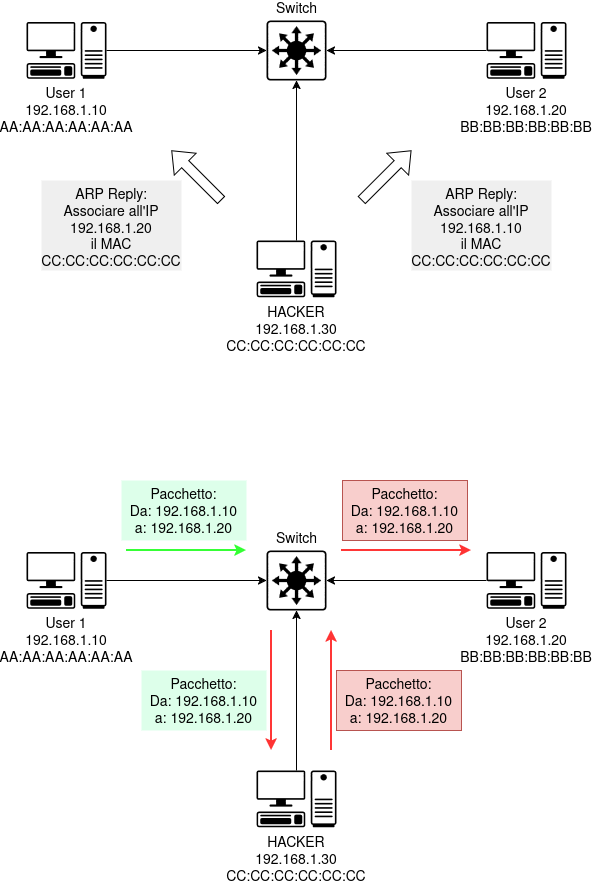
Before: Images/ARP Cache Poisoning.drawio.png, a diagram exported from draw.io (melo222/DAI-Open-Source). Source tidied: cells renumbered, new cells last; positions are measured from the earlier drawing's top-left corner, leaving out a move shared by most shapes. The source it was exported from:
```xml
<mxGraphModel>
  <root>
    <mxCell id="0" />
    <mxCell id="1" parent="0" />
    <mxCell id="2" value="User 1&#10;192.168.1.10&#10;AA:AA:AA:AA:AA:AA" style="shape=mxgraph.networks2.icon;fillColor=none;strokeColor=#000000;gradientColor=light-dark(#000000, #979c9e);network2IconShadow=1;network2bgFillColor=none;labelPosition=center;verticalLabelPosition=bottom;align=center;verticalAlign=top;network2Icon=mxgraph.networks2.pc;network2IconYOffset=-0.0593;network2IconW=0.9999;network2IconH=0.7096;fontSize=14;" parent="1" vertex="1">
      <mxGeometry y="1.6" width="80" height="56.8" as="geometry" />
    </mxCell>
    <mxCell id="3" value="User 2&#10;192.168.1.20&#10;BB:BB:BB:BB:BB:BB" style="shape=mxgraph.networks2.icon;fillColor=none;strokeColor=#000000;gradientColor=light-dark(#000000, #979c9e);network2IconShadow=1;network2bgFillColor=none;labelPosition=center;verticalLabelPosition=bottom;align=center;verticalAlign=top;network2Icon=mxgraph.networks2.pc;network2IconYOffset=-0.0593;network2IconW=0.9999;network2IconH=0.7096;fontSize=14;fontStyle=0;" parent="1" vertex="1">
      <mxGeometry x="460" y="1.6" width="80" height="56.8" as="geometry" />
    </mxCell>
    <mxCell id="4" value="HACKER&#10;192.168.1.30&#10;CC:CC:CC:CC:CC:CC" style="shape=mxgraph.networks2.icon;fillColor=none;strokeColor=#000000;gradientColor=light-dark(#000000, #979c9e);network2IconShadow=1;network2bgFillColor=none;labelPosition=center;verticalLabelPosition=bottom;align=center;verticalAlign=top;network2Icon=mxgraph.networks2.pc;network2IconYOffset=-0.0593;network2IconW=0.9999;network2IconH=0.7096;fontSize=14;" parent="1" vertex="1">
      <mxGeometry x="230" y="220" width="80" height="56.8" as="geometry" />
    </mxCell>
    <mxCell id="5" value="&lt;font&gt;Switch&lt;/font&gt;" style="sketch=0;points=[[0.015,0.015,0],[0.985,0.015,0],[0.985,0.985,0],[0.015,0.985,0],[0.25,0,0],[0.5,0,0],[0.75,0,0],[1,0.25,0],[1,0.5,0],[1,0.75,0],[0.75,1,0],[0.5,1,0],[0.25,1,0],[0,0.75,0],[0,0.5,0],[0,0.25,0]];verticalLabelPosition=top;html=1;verticalAlign=bottom;align=center;shape=mxgraph.cisco19.rect;prIcon=l3_switch;fillColor=none;strokeColor=light-dark(#000000, #7cc1df);labelPosition=center;fontSize=14;" parent="1" vertex="1">
      <mxGeometry x="240" width="60" height="60" as="geometry" />
    </mxCell>
    <mxCell id="6" style="edgeStyle=orthogonalEdgeStyle;rounded=0;jettySize=auto;html=1;entryX=0;entryY=0.5;entryDx=0;entryDy=0;entryPerimeter=0;" parent="1" edge="1" source="2" target="5">
      <mxGeometry relative="1" as="geometry" />
    </mxCell>
    <mxCell id="7" style="edgeStyle=orthogonalEdgeStyle;rounded=0;jettySize=auto;html=1;entryX=1;entryY=0.5;entryDx=0;entryDy=0;entryPerimeter=0;" parent="1" edge="1" source="3" target="5">
      <mxGeometry relative="1" as="geometry" />
    </mxCell>
    <mxCell id="8" style="edgeStyle=orthogonalEdgeStyle;rounded=0;jettySize=auto;html=1;entryX=0.5;entryY=1;entryDx=0;entryDy=0;entryPerimeter=0;" parent="1" edge="1" source="4" target="5">
      <mxGeometry relative="1" as="geometry" />
    </mxCell>
    <mxCell id="9" value="User 1&#10;192.168.1.10&#10;AA:AA:AA:AA:AA:AA" style="shape=mxgraph.networks2.icon;fillColor=none;strokeColor=#000000;gradientColor=light-dark(#000000, #979c9e);network2IconShadow=1;network2bgFillColor=none;labelPosition=center;verticalLabelPosition=bottom;align=center;verticalAlign=top;network2Icon=mxgraph.networks2.pc;network2IconYOffset=-0.0593;network2IconW=0.9999;network2IconH=0.7096;fontSize=14;" parent="1" vertex="1">
      <mxGeometry y="531.6" width="80" height="56.8" as="geometry" />
    </mxCell>
    <mxCell id="10" value="User 2&#10;192.168.1.20&#10;BB:BB:BB:BB:BB:BB" style="shape=mxgraph.networks2.icon;fillColor=none;strokeColor=#000000;gradientColor=light-dark(#000000, #979c9e);network2IconShadow=1;network2bgFillColor=none;labelPosition=center;verticalLabelPosition=bottom;align=center;verticalAlign=top;network2Icon=mxgraph.networks2.pc;network2IconYOffset=-0.0593;network2IconW=0.9999;network2IconH=0.7096;fontSize=14;fontStyle=0;" parent="1" vertex="1">
      <mxGeometry x="460" y="531.6" width="80" height="56.8" as="geometry" />
    </mxCell>
    <mxCell id="11" value="HACKER&#10;192.168.1.30&#10;CC:CC:CC:CC:CC:CC" style="shape=mxgraph.networks2.icon;fillColor=none;strokeColor=#000000;gradientColor=light-dark(#000000, #979c9e);network2IconShadow=1;network2bgFillColor=none;labelPosition=center;verticalLabelPosition=bottom;align=center;verticalAlign=top;network2Icon=mxgraph.networks2.pc;network2IconYOffset=-0.0593;network2IconW=0.9999;network2IconH=0.7096;fontSize=14;" parent="1" vertex="1">
      <mxGeometry x="230" y="750" width="80" height="56.8" as="geometry" />
    </mxCell>
    <mxCell id="12" value="&lt;font&gt;Switch&lt;/font&gt;" style="sketch=0;points=[[0.015,0.015,0],[0.985,0.015,0],[0.985,0.985,0],[0.015,0.985,0],[0.25,0,0],[0.5,0,0],[0.75,0,0],[1,0.25,0],[1,0.5,0],[1,0.75,0],[0.75,1,0],[0.5,1,0],[0.25,1,0],[0,0.75,0],[0,0.5,0],[0,0.25,0]];verticalLabelPosition=top;html=1;verticalAlign=bottom;align=center;shape=mxgraph.cisco19.rect;prIcon=l3_switch;fillColor=none;strokeColor=light-dark(#000000, #7cc1df);labelPosition=center;fontSize=14;" parent="1" vertex="1">
      <mxGeometry x="240" y="530" width="60" height="60" as="geometry" />
    </mxCell>
    <mxCell id="13" style="edgeStyle=orthogonalEdgeStyle;rounded=0;jettySize=auto;html=1;entryX=0;entryY=0.5;entryDx=0;entryDy=0;entryPerimeter=0;" parent="1" edge="1" source="9" target="12">
      <mxGeometry relative="1" as="geometry" />
    </mxCell>
    <mxCell id="14" style="edgeStyle=orthogonalEdgeStyle;rounded=0;jettySize=auto;html=1;entryX=1;entryY=0.5;entryDx=0;entryDy=0;entryPerimeter=0;" parent="1" edge="1" source="10" target="12">
      <mxGeometry relative="1" as="geometry" />
    </mxCell>
    <mxCell id="15" style="edgeStyle=orthogonalEdgeStyle;rounded=0;jettySize=auto;html=1;entryX=0.5;entryY=1;entryDx=0;entryDy=0;entryPerimeter=0;" parent="1" edge="1" source="11" target="12">
      <mxGeometry relative="1" as="geometry" />
    </mxCell>
    <mxCell id="16" style="shape=flexArrow;endArrow=classic;html=1;rounded=0;" parent="1" edge="1">
      <mxGeometry relative="1" as="geometry">
        <mxPoint x="335" y="180" as="sourcePoint" />
        <mxPoint x="385" y="130" as="targetPoint" />
      </mxGeometry>
    </mxCell>
    <mxCell id="17" value="&lt;div&gt;ARP Reply:&lt;br&gt;Associare all'IP&lt;br&gt;192.168.1.10&lt;/div&gt;&lt;div&gt;il MAC&lt;/div&gt;&lt;div&gt;CC:CC:CC:CC:CC:CC&lt;/div&gt;&lt;div&gt;&lt;br&gt;&lt;/div&gt;" style="text;html=1;whiteSpace=wrap;strokeColor=none;fillColor=#EFEFEF;align=center;verticalAlign=top;rounded=0;fontSize=14;" parent="1" vertex="1">
      <mxGeometry x="385" y="160" width="140" height="90" as="geometry" />
    </mxCell>
    <mxCell id="18" style="shape=flexArrow;endArrow=classic;html=1;rounded=0;" parent="1" edge="1">
      <mxGeometry relative="1" as="geometry">
        <mxPoint x="195" y="180" as="sourcePoint" />
        <mxPoint x="145" y="130" as="targetPoint" />
      </mxGeometry>
    </mxCell>
    <mxCell id="19" value="&lt;div&gt;ARP Reply:&lt;br&gt;Associare all'IP&lt;br&gt;192.168.1.20&lt;/div&gt;&lt;div&gt;il MAC&lt;/div&gt;&lt;div&gt;CC:CC:CC:CC:CC:CC&lt;/div&gt;&lt;div&gt;&lt;br&gt;&lt;/div&gt;" style="text;html=1;whiteSpace=wrap;strokeColor=none;fillColor=#EFEFEF;align=center;verticalAlign=top;rounded=0;fontSize=14;" parent="1" vertex="1">
      <mxGeometry x="15" y="160" width="140" height="90" as="geometry" />
    </mxCell>
    <mxCell id="20" value="&lt;div&gt;Pacchetto:&lt;br&gt;Da: 192.168.1.10&lt;/div&gt;&lt;div&gt;a:&amp;nbsp;192.168.1.20&lt;/div&gt;&lt;div&gt;&lt;br&gt;&lt;/div&gt;&lt;div&gt;&lt;br&gt;&lt;/div&gt;" style="text;html=1;whiteSpace=wrap;strokeColor=none;fillColor=#DDFFEA;align=center;verticalAlign=top;rounded=0;fontSize=14;" parent="1" vertex="1">
      <mxGeometry x="95" y="460" width="125" height="60" as="geometry" />
    </mxCell>
    <mxCell id="21" style="edgeStyle=orthogonalEdgeStyle;rounded=0;orthogonalLoop=1;jettySize=auto;html=1;entryX=0;entryY=0.5;entryDx=0;entryDy=0;entryPerimeter=0;strokeColor=#33FF33;strokeWidth=1.9685;" parent="1" edge="1">
      <mxGeometry relative="1" as="geometry">
        <mxPoint x="100" y="530" as="sourcePoint" />
        <mxPoint x="220" y="530" as="targetPoint" />
      </mxGeometry>
    </mxCell>
    <mxCell id="22" style="edgeStyle=orthogonalEdgeStyle;rounded=0;orthogonalLoop=1;jettySize=auto;html=1;strokeColor=#FF3333;strokeWidth=1.9685;" parent="1" edge="1">
      <mxGeometry relative="1" as="geometry">
        <mxPoint x="245" y="610" as="sourcePoint" />
        <mxPoint x="245" y="730" as="targetPoint" />
      </mxGeometry>
    </mxCell>
    <mxCell id="23" value="&lt;div&gt;Pacchetto:&lt;br&gt;Da: 192.168.1.10&lt;/div&gt;&lt;div&gt;a:&amp;nbsp;192.168.1.20&lt;/div&gt;&lt;div&gt;&lt;br&gt;&lt;/div&gt;&lt;div&gt;&lt;br&gt;&lt;/div&gt;" style="text;html=1;whiteSpace=wrap;strokeColor=none;fillColor=#DDFFEA;align=center;verticalAlign=top;rounded=0;fontSize=14;" parent="1" vertex="1">
      <mxGeometry x="115" y="650" width="125" height="60" as="geometry" />
    </mxCell>
    <mxCell id="24" style="edgeStyle=orthogonalEdgeStyle;rounded=0;orthogonalLoop=1;jettySize=auto;html=1;strokeColor=#FF3333;strokeWidth=1.9685;" parent="1" edge="1">
      <mxGeometry relative="1" as="geometry">
        <mxPoint x="305" y="730" as="sourcePoint" />
        <mxPoint x="305" y="610" as="targetPoint" />
      </mxGeometry>
    </mxCell>
    <mxCell id="25" value="&lt;div&gt;Pacchetto:&lt;br&gt;Da: 192.168.1.10&lt;/div&gt;&lt;div&gt;a:&amp;nbsp;192.168.1.20&lt;/div&gt;&lt;div&gt;&lt;br&gt;&lt;/div&gt;&lt;div&gt;&lt;br&gt;&lt;/div&gt;" style="text;html=1;whiteSpace=wrap;strokeColor=#b85450;fillColor=#f8cecc;align=center;verticalAlign=top;rounded=0;fontSize=14;" parent="1" vertex="1">
      <mxGeometry x="316" y="460" width="125" height="60" as="geometry" />
    </mxCell>
    <mxCell id="26" style="edgeStyle=orthogonalEdgeStyle;rounded=0;orthogonalLoop=1;jettySize=auto;html=1;strokeColor=#FF3333;strokeWidth=1.9685;" parent="1" edge="1">
      <mxGeometry relative="1" as="geometry">
        <mxPoint x="315" y="530" as="sourcePoint" />
        <mxPoint x="445" y="530" as="targetPoint" />
      </mxGeometry>
    </mxCell>
    <mxCell id="27" value="&lt;div&gt;Pacchetto:&lt;br&gt;Da: 192.168.1.10&lt;/div&gt;&lt;div&gt;a:&amp;nbsp;192.168.1.20&lt;/div&gt;&lt;div&gt;&lt;br&gt;&lt;/div&gt;&lt;div&gt;&lt;br&gt;&lt;/div&gt;" style="text;html=1;whiteSpace=wrap;strokeColor=#b85450;fillColor=#f8cecc;align=center;verticalAlign=top;rounded=0;fontSize=14;" parent="1" vertex="1">
      <mxGeometry x="310" y="650" width="125" height="60" as="geometry" />
    </mxCell>
  </root>
</mxGraphModel>
```
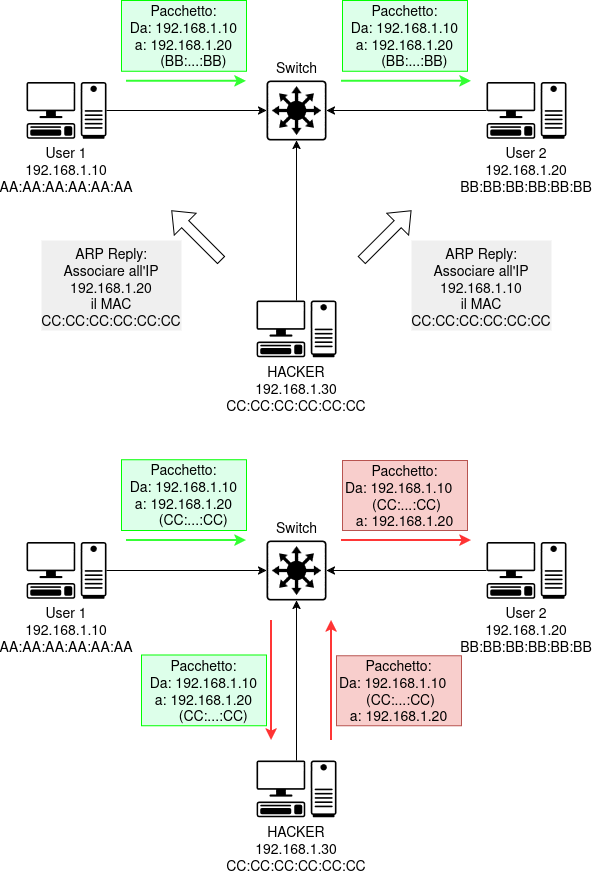
After the commit.

Diff of the diagram source:
```diff
@@ -24,16 +24,16 @@
       <mxGeometry relative="1" as="geometry" />
     </mxCell>
     <mxCell id="9" value="User 1&#10;192.168.1.10&#10;AA:AA:AA:AA:AA:AA" style="shape=mxgraph.networks2.icon;fillColor=none;strokeColor=#000000;gradientColor=light-dark(#000000, #979c9e);network2IconShadow=1;network2bgFillColor=none;labelPosition=center;verticalLabelPosition=bottom;align=center;verticalAlign=top;network2Icon=mxgraph.networks2.pc;network2IconYOffset=-0.0593;network2IconW=0.9999;network2IconH=0.7096;fontSize=14;" parent="1" vertex="1">
-      <mxGeometry y="531.6" width="80" height="56.8" as="geometry" />
+      <mxGeometry y="461.6" width="80" height="56.8" as="geometry" />
     </mxCell>
     <mxCell id="10" value="User 2&#10;192.168.1.20&#10;BB:BB:BB:BB:BB:BB" style="shape=mxgraph.networks2.icon;fillColor=none;strokeColor=#000000;gradientColor=light-dark(#000000, #979c9e);network2IconShadow=1;network2bgFillColor=none;labelPosition=center;verticalLabelPosition=bottom;align=center;verticalAlign=top;network2Icon=mxgraph.networks2.pc;network2IconYOffset=-0.0593;network2IconW=0.9999;network2IconH=0.7096;fontSize=14;fontStyle=0;" parent="1" vertex="1">
-      <mxGeometry x="460" y="531.6" width="80" height="56.8" as="geometry" />
+      <mxGeometry x="460" y="461.6" width="80" height="56.8" as="geometry" />
     </mxCell>
     <mxCell id="11" value="HACKER&#10;192.168.1.30&#10;CC:CC:CC:CC:CC:CC" style="shape=mxgraph.networks2.icon;fillColor=none;strokeColor=#000000;gradientColor=light-dark(#000000, #979c9e);network2IconShadow=1;network2bgFillColor=none;labelPosition=center;verticalLabelPosition=bottom;align=center;verticalAlign=top;network2Icon=mxgraph.networks2.pc;network2IconYOffset=-0.0593;network2IconW=0.9999;network2IconH=0.7096;fontSize=14;" parent="1" vertex="1">
-      <mxGeometry x="230" y="750" width="80" height="56.8" as="geometry" />
+      <mxGeometry x="230" y="680" width="80" height="56.8" as="geometry" />
     </mxCell>
     <mxCell id="12" value="&lt;font&gt;Switch&lt;/font&gt;" style="sketch=0;points=[[0.015,0.015,0],[0.985,0.015,0],[0.985,0.985,0],[0.015,0.985,0],[0.25,0,0],[0.5,0,0],[0.75,0,0],[1,0.25,0],[1,0.5,0],[1,0.75,0],[0.75,1,0],[0.5,1,0],[0.25,1,0],[0,0.75,0],[0,0.5,0],[0,0.25,0]];verticalLabelPosition=top;html=1;verticalAlign=bottom;align=center;shape=mxgraph.cisco19.rect;prIcon=l3_switch;fillColor=none;strokeColor=light-dark(#000000, #7cc1df);labelPosition=center;fontSize=14;" parent="1" vertex="1">
-      <mxGeometry x="240" y="530" width="60" height="60" as="geometry" />
+      <mxGeometry x="240" y="460" width="60" height="60" as="geometry" />
     </mxCell>
     <mxCell id="13" style="edgeStyle=orthogonalEdgeStyle;rounded=0;jettySize=auto;html=1;entryX=0;entryY=0.5;entryDx=0;entryDy=0;entryPerimeter=0;" parent="1" edge="1" source="9" target="12">
       <mxGeometry relative="1" as="geometry" />
@@ -62,41 +62,59 @@
     <mxCell id="19" value="&lt;div&gt;ARP Reply:&lt;br&gt;Associare all'IP&lt;br&gt;192.168.1.20&lt;/div&gt;&lt;div&gt;il MAC&lt;/div&gt;&lt;div&gt;CC:CC:CC:CC:CC:CC&lt;/div&gt;&lt;div&gt;&lt;br&gt;&lt;/div&gt;" style="text;html=1;whiteSpace=wrap;strokeColor=none;fillColor=#EFEFEF;align=center;verticalAlign=top;rounded=0;fontSize=14;" parent="1" vertex="1">
       <mxGeometry x="15" y="160" width="140" height="90" as="geometry" />
     </mxCell>
-    <mxCell id="20" value="&lt;div&gt;Pacchetto:&lt;br&gt;Da: 192.168.1.10&lt;/div&gt;&lt;div&gt;a:&amp;nbsp;192.168.1.20&lt;/div&gt;&lt;div&gt;&lt;br&gt;&lt;/div&gt;&lt;div&gt;&lt;br&gt;&lt;/div&gt;" style="text;html=1;whiteSpace=wrap;strokeColor=none;fillColor=#DDFFEA;align=center;verticalAlign=top;rounded=0;fontSize=14;" parent="1" vertex="1">
-      <mxGeometry x="95" y="460" width="125" height="60" as="geometry" />
-    </mxCell>
     <mxCell id="21" style="edgeStyle=orthogonalEdgeStyle;rounded=0;orthogonalLoop=1;jettySize=auto;html=1;entryX=0;entryY=0.5;entryDx=0;entryDy=0;entryPerimeter=0;strokeColor=#33FF33;strokeWidth=1.9685;" parent="1" edge="1">
       <mxGeometry relative="1" as="geometry">
-        <mxPoint x="100" y="530" as="sourcePoint" />
-        <mxPoint x="220" y="530" as="targetPoint" />
+        <mxPoint x="100" y="460" as="sourcePoint" />
+        <mxPoint x="220" y="460" as="targetPoint" />
       </mxGeometry>
     </mxCell>
     <mxCell id="22" style="edgeStyle=orthogonalEdgeStyle;rounded=0;orthogonalLoop=1;jettySize=auto;html=1;strokeColor=#FF3333;strokeWidth=1.9685;" parent="1" edge="1">
       <mxGeometry relative="1" as="geometry">
-        <mxPoint x="245" y="610" as="sourcePoint" />
-        <mxPoint x="245" y="730" as="targetPoint" />
+        <mxPoint x="245" y="540" as="sourcePoint" />
+        <mxPoint x="245" y="660" as="targetPoint" />
       </mxGeometry>
     </mxCell>
-    <mxCell id="23" value="&lt;div&gt;Pacchetto:&lt;br&gt;Da: 192.168.1.10&lt;/div&gt;&lt;div&gt;a:&amp;nbsp;192.168.1.20&lt;/div&gt;&lt;div&gt;&lt;br&gt;&lt;/div&gt;&lt;div&gt;&lt;br&gt;&lt;/div&gt;" style="text;html=1;whiteSpace=wrap;strokeColor=none;fillColor=#DDFFEA;align=center;verticalAlign=top;rounded=0;fontSize=14;" parent="1" vertex="1">
-      <mxGeometry x="115" y="650" width="125" height="60" as="geometry" />
-    </mxCell>
     <mxCell id="24" style="edgeStyle=orthogonalEdgeStyle;rounded=0;orthogonalLoop=1;jettySize=auto;html=1;strokeColor=#FF3333;strokeWidth=1.9685;" parent="1" edge="1">
       <mxGeometry relative="1" as="geometry">
-        <mxPoint x="305" y="730" as="sourcePoint" />
-        <mxPoint x="305" y="610" as="targetPoint" />
+        <mxPoint x="305" y="660" as="sourcePoint" />
+        <mxPoint x="305" y="540" as="targetPoint" />
       </mxGeometry>
     </mxCell>
-    <mxCell id="25" value="&lt;div&gt;Pacchetto:&lt;br&gt;Da: 192.168.1.10&lt;/div&gt;&lt;div&gt;a:&amp;nbsp;192.168.1.20&lt;/div&gt;&lt;div&gt;&lt;br&gt;&lt;/div&gt;&lt;div&gt;&lt;br&gt;&lt;/div&gt;" style="text;html=1;whiteSpace=wrap;strokeColor=#b85450;fillColor=#f8cecc;align=center;verticalAlign=top;rounded=0;fontSize=14;" parent="1" vertex="1">
-      <mxGeometry x="316" y="460" width="125" height="60" as="geometry" />
-    </mxCell>
     <mxCell id="26" style="edgeStyle=orthogonalEdgeStyle;rounded=0;orthogonalLoop=1;jettySize=auto;html=1;strokeColor=#FF3333;strokeWidth=1.9685;" parent="1" edge="1">
       <mxGeometry relative="1" as="geometry">
-        <mxPoint x="315" y="530" as="sourcePoint" />
-        <mxPoint x="445" y="530" as="targetPoint" />
+        <mxPoint x="315" y="460" as="sourcePoint" />
+        <mxPoint x="445" y="460" as="targetPoint" />
       </mxGeometry>
     </mxCell>
-    <mxCell id="27" value="&lt;div&gt;Pacchetto:&lt;br&gt;Da: 192.168.1.10&lt;/div&gt;&lt;div&gt;a:&amp;nbsp;192.168.1.20&lt;/div&gt;&lt;div&gt;&lt;br&gt;&lt;/div&gt;&lt;div&gt;&lt;br&gt;&lt;/div&gt;" style="text;html=1;whiteSpace=wrap;strokeColor=#b85450;fillColor=#f8cecc;align=center;verticalAlign=top;rounded=0;fontSize=14;" parent="1" vertex="1">
-      <mxGeometry x="310" y="650" width="125" height="60" as="geometry" />
-    </mxCell>
+    <mxCell id="28" value="&lt;div&gt;Pacchetto:&lt;br&gt;Da: 192.168.1.10&lt;/div&gt;&lt;div&gt;a:&amp;nbsp;192.168.1.20&lt;br&gt;&amp;nbsp; &amp;nbsp; &amp;nbsp;(BB:...:BB)&lt;/div&gt;&lt;div&gt;&lt;br&gt;&lt;/div&gt;&lt;div&gt;&lt;br&gt;&lt;/div&gt;" style="text;html=1;whiteSpace=wrap;strokeColor=#00FF00;fillColor=#DDFFEA;align=center;verticalAlign=top;rounded=0;fontSize=14;spacing=-1.9685;" parent="1" vertex="1">
+      <mxGeometry x="95" y="-80" width="125" height="70.8" as="geometry" />
+    </mxCell>
+    <mxCell id="29" style="edgeStyle=orthogonalEdgeStyle;rounded=0;orthogonalLoop=1;jettySize=auto;html=1;entryX=0;entryY=0.5;entryDx=0;entryDy=0;entryPerimeter=0;strokeColor=#33FF33;strokeWidth=1.9685;" parent="1" edge="1">
+      <mxGeometry relative="1" as="geometry">
+        <mxPoint x="100" y="0.8" as="sourcePoint" />
+        <mxPoint x="220" y="0.8" as="targetPoint" />
+      </mxGeometry>
+    </mxCell>
+    <mxCell id="30" value="&lt;div&gt;Pacchetto:&lt;br&gt;Da: 192.168.1.10&lt;/div&gt;&lt;div&gt;a:&amp;nbsp;192.168.1.20&lt;br&gt;&amp;nbsp; &amp;nbsp; &amp;nbsp;(BB:...:BB)&lt;/div&gt;&lt;div&gt;&lt;br&gt;&lt;/div&gt;&lt;div&gt;&lt;br&gt;&lt;/div&gt;" style="text;html=1;whiteSpace=wrap;strokeColor=#00FF00;fillColor=#DDFFEA;align=center;verticalAlign=top;rounded=0;fontSize=14;spacing=-1.9685;" parent="1" vertex="1">
+      <mxGeometry x="316" y="-80" width="125" height="70.8" as="geometry" />
+    </mxCell>
+    <mxCell id="31" style="edgeStyle=orthogonalEdgeStyle;rounded=0;orthogonalLoop=1;jettySize=auto;html=1;strokeColor=#33FF33;strokeWidth=1.9685;" parent="1" edge="1">
+      <mxGeometry relative="1" as="geometry">
+        <mxPoint x="315" y="0.8" as="sourcePoint" />
+        <mxPoint x="445" y="0.8" as="targetPoint" />
+      </mxGeometry>
+    </mxCell>
+    <mxCell id="32" value="&lt;div&gt;Pacchetto:&lt;br&gt;Da: 192.168.1.10&lt;/div&gt;&lt;div&gt;a:&amp;nbsp;192.168.1.20&lt;br&gt;&amp;nbsp; &amp;nbsp; &amp;nbsp;(CC:...:CC)&lt;/div&gt;&lt;div&gt;&lt;br&gt;&lt;/div&gt;&lt;div&gt;&lt;br&gt;&lt;/div&gt;" style="text;html=1;whiteSpace=wrap;strokeColor=#00FF00;fillColor=#DDFFEA;align=center;verticalAlign=top;rounded=0;fontSize=14;spacing=-1.9685;" parent="1" vertex="1">
+      <mxGeometry x="95" y="379.2" width="125" height="70.8" as="geometry" />
+    </mxCell>
+    <mxCell id="33" value="&lt;div&gt;Pacchetto:&lt;br&gt;Da: 192.168.1.10&lt;/div&gt;&lt;div&gt;a:&amp;nbsp;192.168.1.20&lt;br&gt;&amp;nbsp; &amp;nbsp; &amp;nbsp;(CC:...:CC)&lt;/div&gt;&lt;div&gt;&lt;br&gt;&lt;/div&gt;&lt;div&gt;&lt;br&gt;&lt;/div&gt;" style="text;html=1;whiteSpace=wrap;strokeColor=#00FF00;fillColor=#DDFFEA;align=center;verticalAlign=top;rounded=0;fontSize=14;spacing=-1.9685;" parent="1" vertex="1">
+      <mxGeometry x="115" y="574.6" width="125" height="70.8" as="geometry" />
+    </mxCell>
+    <mxCell id="34" value="&lt;div&gt;Pacchetto:&lt;br&gt;Da: 192.168.1.10&amp;nbsp; &amp;nbsp; &amp;nbsp;(CC:...:CC)&lt;/div&gt;&lt;div&gt;a:&amp;nbsp;192.168.1.20&lt;div&gt;&lt;br&gt;&lt;br&gt;&lt;/div&gt;&lt;/div&gt;&lt;div&gt;&lt;br&gt;&lt;/div&gt;&lt;div&gt;&lt;br&gt;&lt;/div&gt;" style="text;html=1;whiteSpace=wrap;strokeColor=#b85450;fillColor=#f8cecc;align=center;verticalAlign=top;rounded=0;fontSize=14;spacing=-1.9685;" parent="1" vertex="1">
+      <mxGeometry x="310" y="575.4" width="125" height="70" as="geometry" />
+    </mxCell>
+    <mxCell id="35" value="&lt;div&gt;Pacchetto:&lt;br&gt;Da: 192.168.1.10&amp;nbsp; &amp;nbsp; &amp;nbsp;(CC:...:CC)&lt;/div&gt;&lt;div&gt;a:&amp;nbsp;192.168.1.20&lt;div&gt;&lt;br&gt;&lt;br&gt;&lt;/div&gt;&lt;/div&gt;&lt;div&gt;&lt;br&gt;&lt;/div&gt;&lt;div&gt;&lt;br&gt;&lt;/div&gt;" style="text;html=1;whiteSpace=wrap;strokeColor=#b85450;fillColor=#f8cecc;align=center;verticalAlign=top;rounded=0;fontSize=14;spacing=-1.9685;" parent="1" vertex="1">
+      <mxGeometry x="316" y="380" width="125" height="70" as="geometry" />
+    </mxCell>
   </root>
 </mxGraphModel>
```
